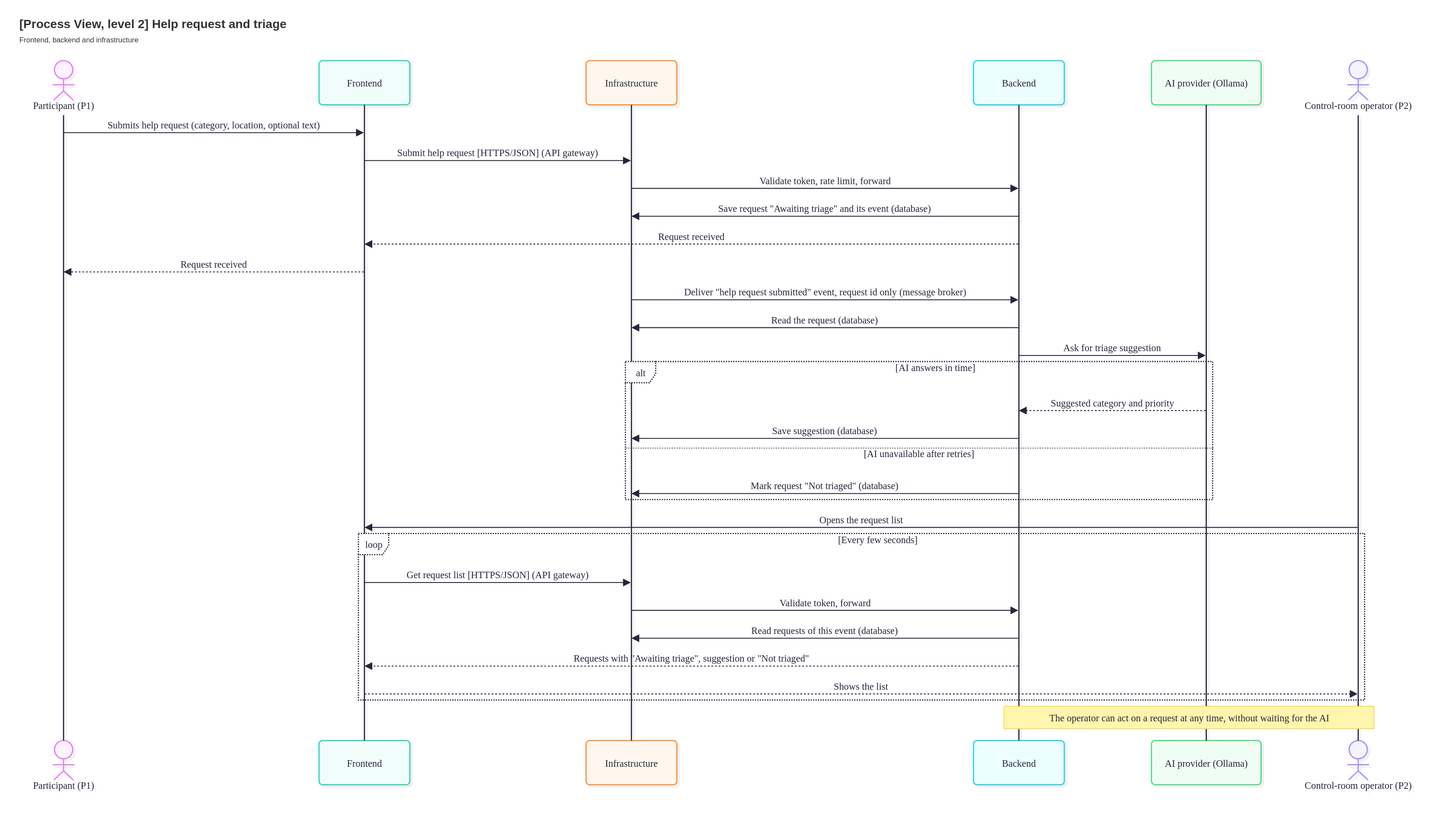
Above: Docs/Technical/diagrams/process-view-level-2-help-request.drawio.svg in tomasoliveira21/LABDSOF (draw.io), before the change. Source tidied: cells renumbered, new cells last; positions are measured from the earlier drawing's top-left corner, leaving out a move shared by most shapes.
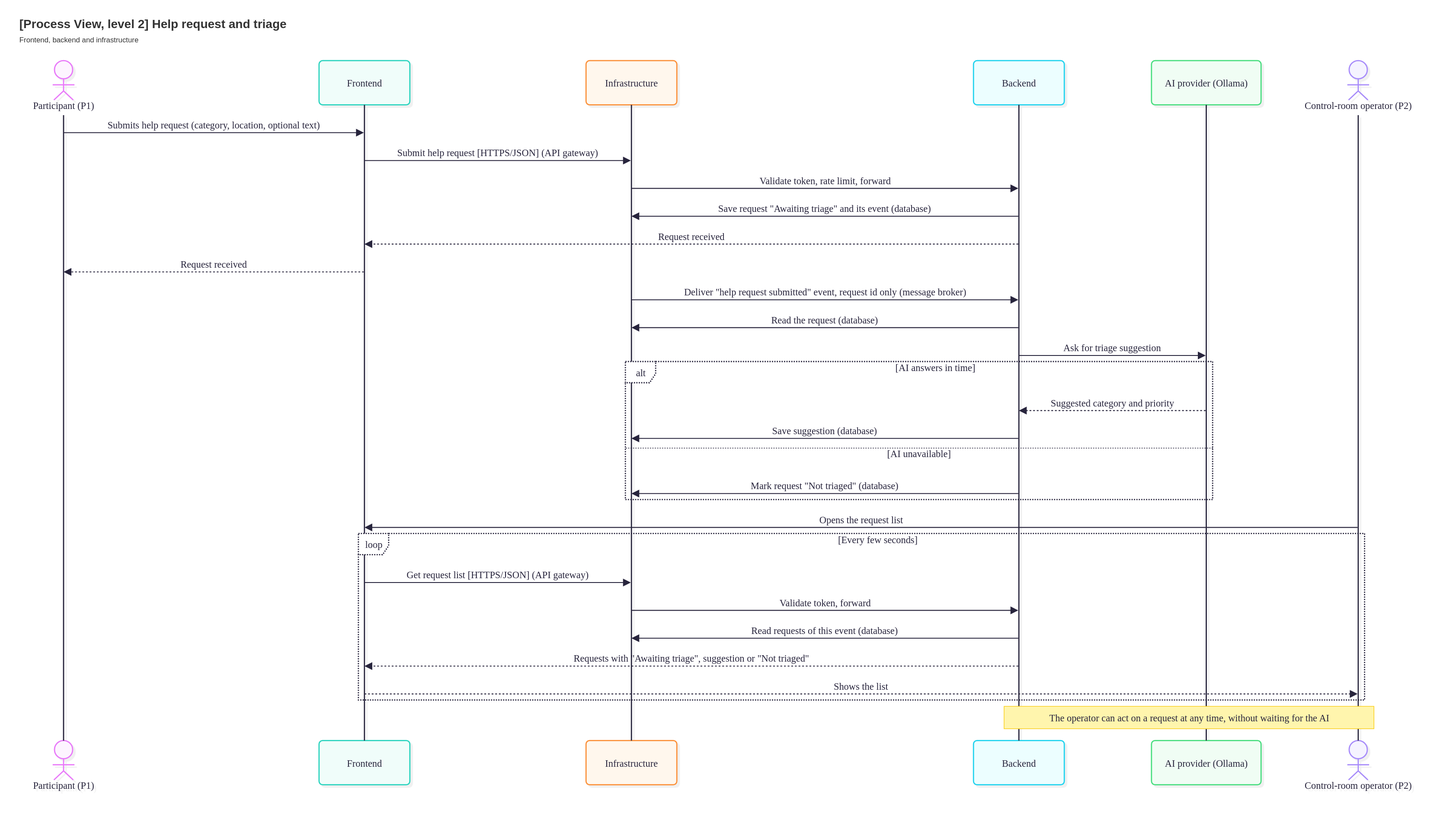
Later version of the same file.

The edit, as a diff of the source:
```diff
@@ -32,7 +32,7 @@
     <mxCell id="11" style="shape=line;dashed=1;fixDash=1;dashPattern=2 2;strokeColor=#28253D;" parent="9" vertex="1">
       <mxGeometry y="142" width="970" height="1" as="geometry" />
     </mxCell>
-    <mxCell id="12" value="[AI unavailable after retries]" style="text;strokeColor=none;fillColor=none;align=center;verticalAlign=middle;whiteSpace=wrap;fontSize=16;fontFamily=Recursive;fontColor=#28253D;fontSource=https%3A%2F%2Ffonts.googleapis.com%2Fcss%3Ffamily%3DRecursive;" parent="9" vertex="1">
+    <mxCell id="12" value="[AI unavailable]" style="text;strokeColor=none;fillColor=none;align=center;verticalAlign=middle;whiteSpace=wrap;fontSize=16;fontFamily=Recursive;fontColor=#28253D;fontSource=https%3A%2F%2Ffonts.googleapis.com%2Fcss%3Ffamily%3DRecursive;" parent="9" vertex="1">
       <mxGeometry y="144" width="970" height="16" as="geometry" />
     </mxCell>
     <mxCell id="13" value="loop" style="html=1;shape=umlFrame;dashed=1;fixDash=1;dashPattern=2 2;strokeWidth=2;fillColor=#ffffff;strokeColor=#28253D;fontSize=16;align=center;verticalAlign=middle;fontFamily=Recursive;fontColor=#28253D;height=35;width=50;fontSource=https%3A%2F%2Ffonts.googleapis.com%2Fcss%3Ffamily%3DRecursive;" parent="2" vertex="1">
```
